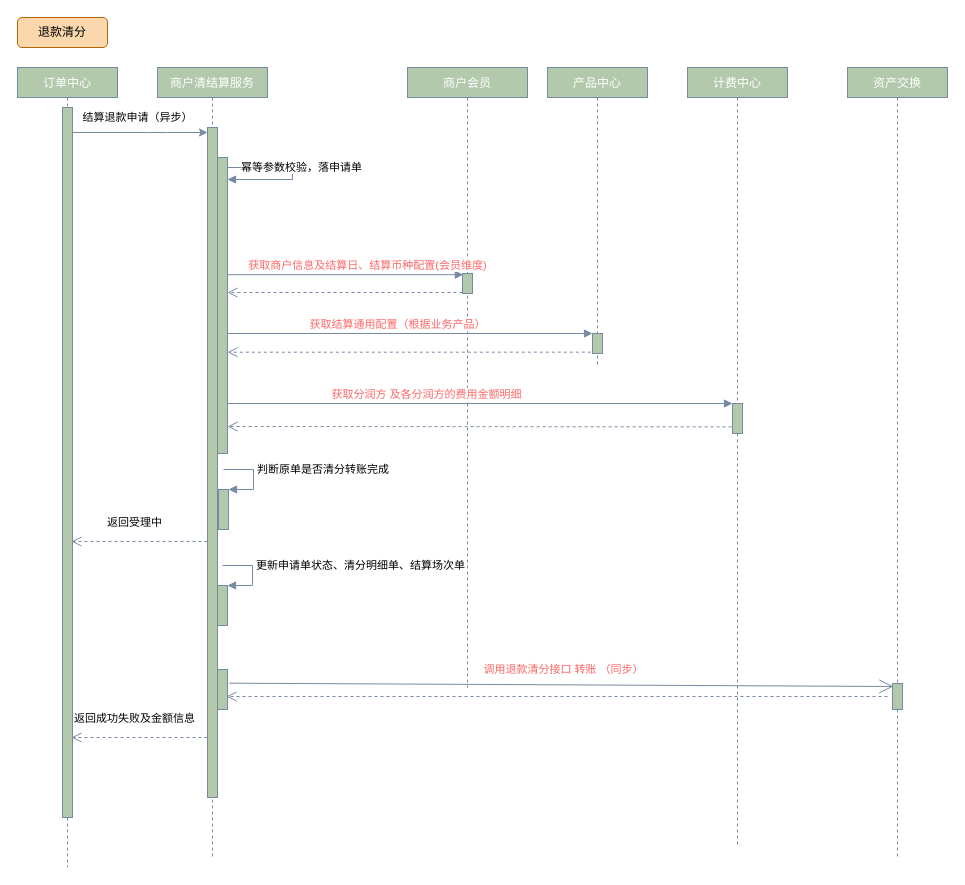
This is merchant-settle/退款.drawio from DominicElvira/Diagrams, a draw.io file, before an edit. Source tidied: cells renumbered, new cells numbered last; positions are measured from the earlier drawing's top-left corner, leaving out a move shared by most shapes. Both pictures are drawn from the tidied source at 100%, with x=0, y=0 at pixel (17, 17).
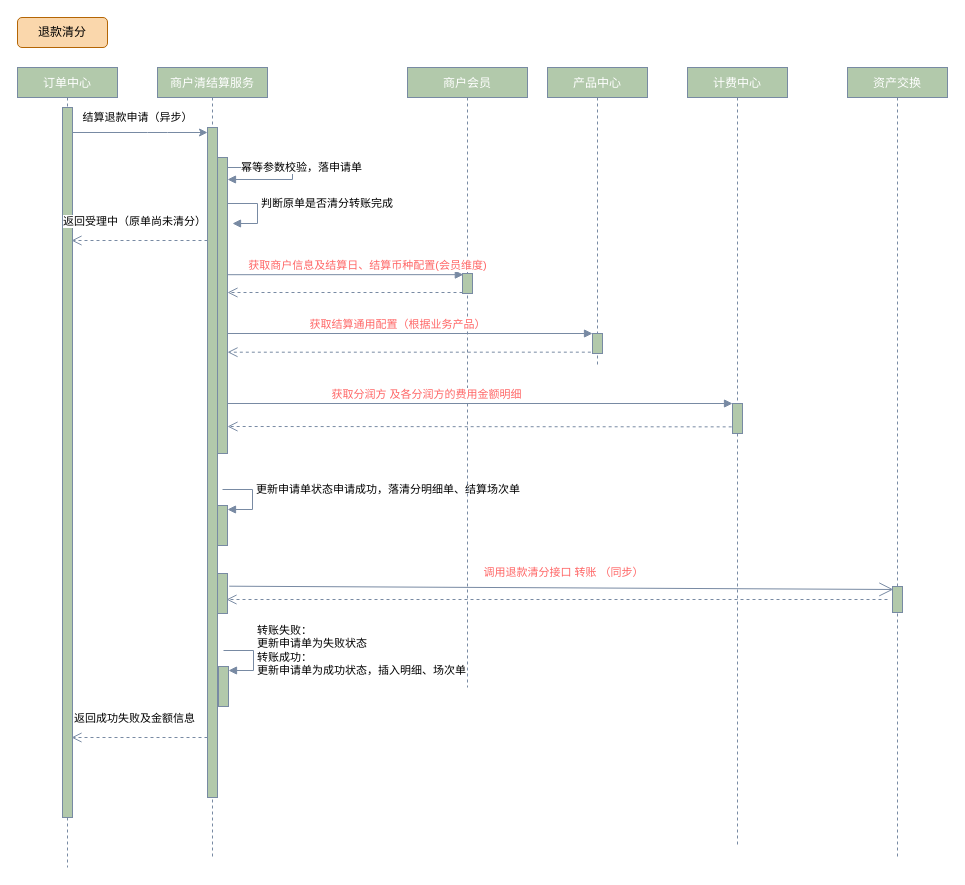
The same diagram, later.

The change refers to these unchanged cells:
```xml
<mxCell id="4" value="商户清结算服务" style="shape=umlLifeline;perimeter=lifelinePerimeter;shadow=0;strokeWidth=1;fillColor=#B2C9AB;strokeColor=#788AA3;fontColor=#FFFFFF;rounded=0;size=30;" parent="1" vertex="1">
  <mxGeometry x="140" y="50" width="110" height="790" as="geometry" />
</mxCell>
<mxCell id="13" value="资产交换" style="shape=umlLifeline;perimeter=lifelinePerimeter;shadow=0;strokeWidth=1;fillColor=#B2C9AB;strokeColor=#788AA3;fontColor=#FFFFFF;rounded=0;size=30;" parent="1" vertex="1">
  <mxGeometry x="830" y="50" width="100" height="790" as="geometry" />
</mxCell>
```

The edit, as a diff of the source:
```diff
@@
     <mxCell id="8" style="html=1;points=[];perimeter=orthogonalPerimeter;fontSize=11;fontColor=#000000;strokeColor=#788AA3;fillColor=#B2C9AB;" parent="4" vertex="1">
-      <mxGeometry x="60" y="518" width="10" height="40" as="geometry" />
+      <mxGeometry x="60" y="438" width="10" height="40" as="geometry" />
     </mxCell>
-    <mxCell id="9" value="更新申请单状态、清分明细单、结算场次单" style="edgeStyle=orthogonalEdgeStyle;html=1;align=left;spacingLeft=2;endArrow=block;rounded=0;entryX=1;entryY=0;fontSize=11;fontColor=#000000;strokeColor=#788AA3;strokeWidth=1;fillColor=#B2C9AB;curved=0;jumpStyle=none;" parent="4" edge="1" target="8">
+    <mxCell id="9" value="更新申请单状态申请成功，落清分明细单、结算场次单" style="edgeStyle=orthogonalEdgeStyle;html=1;align=left;spacingLeft=2;endArrow=block;rounded=0;entryX=1;entryY=0;fontSize=11;fontColor=#000000;strokeColor=#788AA3;strokeWidth=1;fillColor=#B2C9AB;curved=0;jumpStyle=none;" parent="4" edge="1">
       <mxGeometry x="-0.2" relative="1" as="geometry">
-        <mxPoint x="65" y="498" as="sourcePoint" />
+        <mxPoint x="65" y="422" as="sourcePoint" />
+        <mxPoint x="70" y="442" as="targetPoint" />
         <Array as="points">
-          <mxPoint x="95" y="498" />
+          <mxPoint x="95" y="422" />
         </Array>
       </mxGeometry>
     </mxCell>
     <mxCell id="10" style="html=1;points=[];perimeter=orthogonalPerimeter;fontSize=11;fontColor=#000000;strokeColor=#788AA3;fillColor=#B2C9AB;" parent="4" vertex="1">
-      <mxGeometry x="60" y="602" width="10" height="40" as="geometry" />
+      <mxGeometry x="60" y="506" width="10" height="40" as="geometry" />
     </mxCell>
@@
     <mxCell id="14" style="html=1;points=[];perimeter=orthogonalPerimeter;fontSize=11;fontColor=#000000;strokeColor=#788AA3;fillColor=#B2C9AB;" parent="13" vertex="1">
-      <mxGeometry x="45" y="616" width="10" height="26" as="geometry" />
+      <mxGeometry x="45" y="519" width="10" height="26" as="geometry" />
     </mxCell>
@@
-    <mxCell id="27" value="&lt;font color=&quot;#ff6666&quot;&gt;调用退款清分接口 转账 （同步）&lt;/font&gt;" style="html=1;verticalAlign=bottom;endArrow=open;dashed=1;endSize=8;fontSize=11;fontColor=#000000;strokeColor=#788AA3;strokeWidth=1;fillColor=#B2C9AB;curved=0;jumpStyle=none;entryX=0.9;entryY=0.675;entryDx=0;entryDy=0;entryPerimeter=0;" parent="1" edge="1" target="10">
+    <mxCell id="27" value="&lt;font color=&quot;#ff6666&quot;&gt;调用退款清分接口 转账 （同步）&lt;/font&gt;" style="html=1;verticalAlign=bottom;endArrow=open;dashed=1;endSize=8;fontSize=11;fontColor=#000000;strokeColor=#788AA3;strokeWidth=1;fillColor=#B2C9AB;curved=0;jumpStyle=none;entryX=0.9;entryY=0.675;entryDx=0;entryDy=0;entryPerimeter=0;" parent="1" edge="1">
       <mxGeometry x="-0.02" y="-18" relative="1" as="geometry">
-        <mxPoint x="870" y="679" as="sourcePoint" />
+        <mxPoint x="870" y="582" as="sourcePoint" />
+        <mxPoint x="209" y="582" as="targetPoint" />
       </mxGeometry>
     </mxCell>
-    <mxCell id="28" style="endArrow=open;endFill=1;endSize=12;html=1;fontSize=11;fontColor=#000000;strokeColor=#788AA3;strokeWidth=1;fillColor=#B2C9AB;curved=0;jumpStyle=none;exitX=1.167;exitY=0.342;exitDx=0;exitDy=0;exitPerimeter=0;entryX=0.083;entryY=0.115;entryDx=0;entryDy=0;entryPerimeter=0;" parent="1" edge="1" source="10" target="14">
-      <mxGeometry relative="1" as="geometry" />
+    <mxCell id="28" style="endArrow=open;endFill=1;endSize=12;html=1;fontSize=11;fontColor=#000000;strokeColor=#788AA3;strokeWidth=1;fillColor=#B2C9AB;curved=0;jumpStyle=none;exitX=1.167;exitY=0.342;exitDx=0;exitDy=0;exitPerimeter=0;entryX=0.083;entryY=0.115;entryDx=0;entryDy=0;entryPerimeter=0;" parent="1" edge="1" target="14">
+      <mxGeometry relative="1" as="geometry">
+        <mxPoint x="211.7" y="568.7" as="sourcePoint" />
+      </mxGeometry>
     </mxCell>
@@
-    <mxCell id="30" style="html=1;points=[];perimeter=orthogonalPerimeter;fontSize=11;fontColor=#000000;strokeColor=#788AA3;fillColor=#B2C9AB;" parent="1" vertex="1">
-      <mxGeometry x="201" y="472" width="10" height="40" as="geometry" />
-    </mxCell>
-    <mxCell id="31" value="判断原单是否清分转账完成&amp;nbsp;" style="edgeStyle=orthogonalEdgeStyle;html=1;align=left;spacingLeft=2;endArrow=block;rounded=0;entryX=1;entryY=0;fontSize=11;fontColor=#000000;strokeColor=#788AA3;strokeWidth=1;fillColor=#B2C9AB;curved=0;jumpStyle=none;" parent="1" edge="1" target="30">
+    <mxCell id="31" value="判断原单是否清分转账完成&amp;nbsp;" style="edgeStyle=orthogonalEdgeStyle;html=1;align=left;spacingLeft=2;endArrow=block;rounded=0;entryX=1;entryY=0;fontSize=11;fontColor=#000000;strokeColor=#788AA3;strokeWidth=1;fillColor=#B2C9AB;curved=0;jumpStyle=none;" parent="1" edge="1">
       <mxGeometry x="-0.2" relative="1" as="geometry">
-        <mxPoint x="206" y="452" as="sourcePoint" />
+        <mxPoint x="210" y="186" as="sourcePoint" />
+        <mxPoint x="215" y="206" as="targetPoint" />
         <Array as="points">
-          <mxPoint x="236" y="452" />
+          <mxPoint x="240" y="186" />
         </Array>
       </mxGeometry>
     </mxCell>
-    <mxCell id="32" value="返回受理中" style="html=1;verticalAlign=bottom;endArrow=open;dashed=1;endSize=8;fontSize=11;fontColor=#000000;strokeColor=#788AA3;strokeWidth=1;fillColor=#B2C9AB;curved=0;jumpStyle=none;" parent="1" edge="1">
+    <mxCell id="32" value="返回受理中（原单尚未清分）" style="html=1;verticalAlign=bottom;endArrow=open;dashed=1;endSize=8;fontSize=11;fontColor=#000000;strokeColor=#788AA3;strokeWidth=1;fillColor=#B2C9AB;curved=0;jumpStyle=none;" parent="1" edge="1">
       <mxGeometry x="0.08" y="-10" relative="1" as="geometry">
-        <mxPoint x="190" y="524" as="sourcePoint" />
-        <mxPoint x="54" y="524" as="targetPoint" />
+        <mxPoint x="190" y="223" as="sourcePoint" />
+        <mxPoint x="54" y="223" as="targetPoint" />
       </mxGeometry>
     </mxCell>
@@
+    <mxCell id="34" style="html=1;perimeter=orthogonalPerimeter;fontSize=11;fontColor=#000000;strokeColor=#788AA3;fillColor=#B2C9AB;" parent="1" vertex="1">
+      <mxGeometry x="201" y="649" width="10" height="40" as="geometry" />
+    </mxCell>
+    <mxCell id="35" value="转账失败：&lt;br&gt;更新申请单为失败状态&lt;br&gt;转账成功：&lt;br&gt;更新申请单为成功状态，插入明细、场次单" style="edgeStyle=orthogonalEdgeStyle;html=1;align=left;spacingLeft=2;endArrow=block;rounded=0;entryX=1;entryY=0;fontSize=11;fontColor=#000000;strokeColor=#788AA3;strokeWidth=1;fillColor=#B2C9AB;curved=0;jumpStyle=none;" parent="1" edge="1">
+      <mxGeometry x="-0.2" relative="1" as="geometry">
+        <mxPoint x="206" y="633" as="sourcePoint" />
+        <mxPoint x="211" y="653" as="targetPoint" />
+        <Array as="points">
+          <mxPoint x="236" y="633" />
+        </Array>
+      </mxGeometry>
+    </mxCell>
```
